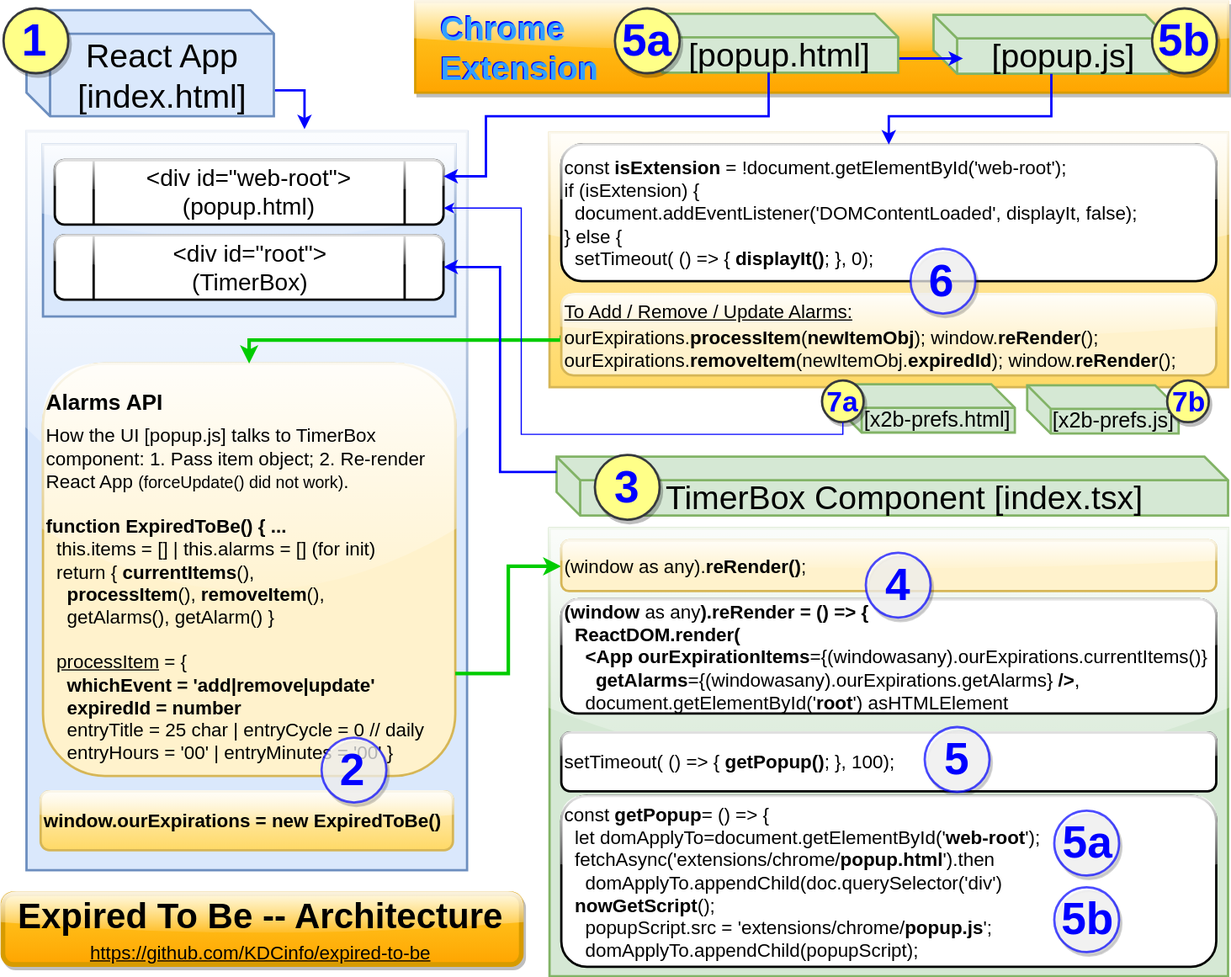
KDCinfo/expired-to-be keeps this draw.io diagram as public/x2b/expired-to-be_page-load_07.svg. Above is the earlier version. Source tidied: cells renumbered, new cells last; positions are measured from the earlier drawing's top-left corner, leaving out a move shared by most shapes.
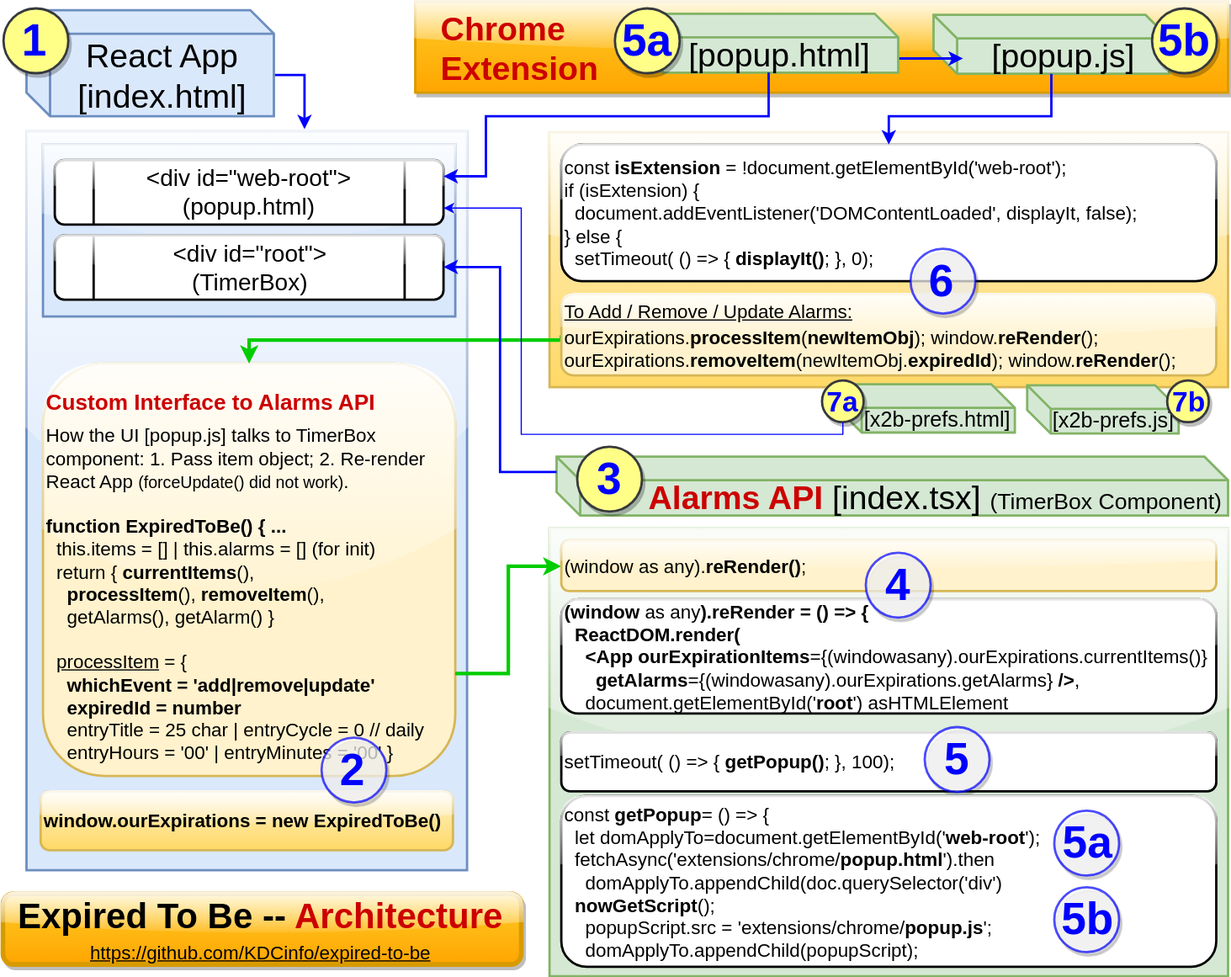
Later version of the same file.

Commit message:
Fixed Readme paths to SVG diagrams. Updated X2B Architecture diagram.

Change to the diagram source:
```diff
@@ -14,13 +14,13 @@
     <mxCell id="5" style="rounded=0;whiteSpace=wrap;html=1;shadow=0;glass=1;comic=0;labelBackgroundColor=none;strokeColor=#d6b656;strokeWidth=2;fillColor=#fff2cc;fontSize=16;align=left;gradientColor=#ffd966;" parent="1" vertex="1">
       <mxGeometry x="464" y="111" width="576" height="216" as="geometry" />
     </mxCell>
-    <mxCell id="6" style="edgeStyle=orthogonalEdgeStyle;rounded=0;html=1;exitX=1;exitY=0.75;entryX=0.631;entryY=-0.003;entryPerimeter=0;jettySize=auto;strokeColor=#0000FF;strokeWidth=2;fontSize=12;fontColor=#CCCCCC;" parent="1" edge="1" source="7" target="3">
+    <mxCell id="6" style="edgeStyle=orthogonalEdgeStyle;rounded=0;html=1;exitX=1;exitY=0.611;entryX=0.631;entryY=-0.003;entryPerimeter=0;jettySize=auto;strokeColor=#0000FF;strokeWidth=2;fontSize=12;fontColor=#CCCCCC;exitPerimeter=0;" parent="1" edge="1" source="7" target="3">
       <mxGeometry relative="1" as="geometry" />
     </mxCell>
     <mxCell id="7" value="React App&lt;br&gt;[index.html]" style="shape=cube;whiteSpace=wrap;html=1;boundedLbl=1;rounded=1;shadow=0;glass=1;comic=0;labelBackgroundColor=none;strokeColor=#6c8ebf;strokeWidth=2;fillColor=#dae8fc;fontSize=28;align=center;" parent="1" vertex="1">
       <mxGeometry x="20" y="7" width="210" height="90" as="geometry" />
     </mxCell>
-    <mxCell id="8" value="TimerBox Component [index.tsx]" style="shape=cube;whiteSpace=wrap;html=1;boundedLbl=1;rounded=1;shadow=0;glass=1;comic=0;labelBackgroundColor=none;strokeColor=#82b366;strokeWidth=2;fillColor=#d5e8d4;fontSize=28;align=center;" parent="1" vertex="1">
+    <mxCell id="8" value="&lt;div style=&quot;text-align: right&quot;&gt;&amp;nbsp; &amp;nbsp; &amp;nbsp; &amp;nbsp;&lt;b&gt;&lt;font color=&quot;#cc0000&quot;&gt;Alarms API&lt;/font&gt;&lt;/b&gt; [index.tsx] &lt;font style=&quot;font-size: 19px&quot;&gt;(TimerBox Component)&lt;/font&gt;&lt;/div&gt;" style="shape=cube;whiteSpace=wrap;html=1;boundedLbl=1;rounded=1;shadow=0;glass=1;comic=0;labelBackgroundColor=none;strokeColor=#82b366;strokeWidth=2;fillColor=#d5e8d4;fontSize=28;align=center;" parent="1" vertex="1">
       <mxGeometry x="470" y="386" width="570" height="50" as="geometry" />
     </mxCell>
     <mxCell id="9" value="[popup.js]" style="shape=cube;whiteSpace=wrap;html=1;boundedLbl=1;rounded=1;shadow=0;glass=1;comic=0;labelBackgroundColor=none;strokeColor=#82b366;strokeWidth=2;fillColor=#d5e8d4;fontSize=28;align=center;" parent="1" vertex="1">
@@ -32,7 +32,7 @@
     <mxCell id="11" value="[popup.html]" style="shape=cube;whiteSpace=wrap;html=1;boundedLbl=1;rounded=1;shadow=0;glass=1;comic=0;labelBackgroundColor=none;strokeColor=#82b366;strokeWidth=2;fillColor=#d5e8d4;fontSize=28;align=center;" parent="1" vertex="1">
       <mxGeometry x="540" y="10" width="220" height="50" as="geometry" />
     </mxCell>
-    <mxCell id="12" value="&lt;p style=&quot;line-height: 100%&quot;&gt;&lt;/p&gt;&lt;h3 style=&quot;line-height: 0%&quot;&gt;Alarms API&lt;/h3&gt;How the UI [popup.js] talks to TimerBox component: 1.&amp;nbsp;Pass item object; 2. Re-render React App &lt;font style=&quot;font-size: 14px&quot;&gt;(forceUpdate() did not work)&lt;/font&gt;.&lt;br&gt;&lt;br&gt;&lt;b&gt;function ExpiredToBe() { ...&lt;/b&gt;&lt;br style=&quot;font-size: 16px&quot;&gt;&amp;nbsp; this.items = [] | this.alarms = [] (for init)&lt;br style=&quot;font-size: 16px&quot;&gt;&amp;nbsp; return { &lt;b&gt;currentItems&lt;/b&gt;(),&lt;br&gt;&amp;nbsp; &amp;nbsp; &lt;b&gt;processItem&lt;/b&gt;(), &lt;b&gt;removeItem&lt;/b&gt;(),&lt;br&gt;&amp;nbsp; &amp;nbsp; getAlarms(), getAlarm() }&lt;br&gt;&lt;br&gt;&amp;nbsp;&amp;nbsp;&lt;u&gt;processItem&lt;/u&gt; = {&lt;br&gt;&lt;div&gt;&lt;b&gt;&amp;nbsp; &amp;nbsp; whichEvent = 'add|remove|update'&lt;/b&gt;&lt;/div&gt;&lt;div&gt;&lt;b&gt;&amp;nbsp; &amp;nbsp; expiredId = number&lt;/b&gt;&lt;/div&gt;&lt;div&gt;&amp;nbsp; &amp;nbsp; entryTitle = 25 char | entryCycle = 0 // daily&lt;/div&gt;&lt;div&gt;&amp;nbsp; &amp;nbsp; entryHours = '00' |&amp;nbsp;&lt;span&gt;entryMinutes = '00'&amp;nbsp;&lt;/span&gt;&lt;span&gt;}&lt;/span&gt;&lt;/div&gt;" style="rounded=1;whiteSpace=wrap;html=1;shadow=0;glass=1;comic=0;labelBackgroundColor=none;strokeColor=#d6b656;strokeWidth=2;fillColor=#fff2cc;fontSize=16;align=left;" parent="1" vertex="1">
+    <mxCell id="12" value="&lt;p style=&quot;line-height: 100%&quot;&gt;&lt;/p&gt;&lt;h3 style=&quot;line-height: 0%&quot;&gt;&lt;font color=&quot;#cc0000&quot;&gt;Custom Interface to Alarms API&lt;/font&gt;&lt;/h3&gt;How the UI [popup.js] talks to TimerBox component: 1.&amp;nbsp;Pass item object; 2. Re-render React App &lt;font style=&quot;font-size: 14px&quot;&gt;(forceUpdate() did not work)&lt;/font&gt;.&lt;br&gt;&lt;br&gt;&lt;b&gt;function ExpiredToBe() { ...&lt;/b&gt;&lt;br style=&quot;font-size: 16px&quot;&gt;&amp;nbsp; this.items = [] | this.alarms = [] (for init)&lt;br style=&quot;font-size: 16px&quot;&gt;&amp;nbsp; return { &lt;b&gt;currentItems&lt;/b&gt;(),&lt;br&gt;&amp;nbsp; &amp;nbsp; &lt;b&gt;processItem&lt;/b&gt;(), &lt;b&gt;removeItem&lt;/b&gt;(),&lt;br&gt;&amp;nbsp; &amp;nbsp; getAlarms(), getAlarm() }&lt;br&gt;&lt;br&gt;&amp;nbsp;&amp;nbsp;&lt;u&gt;processItem&lt;/u&gt; = {&lt;br&gt;&lt;div&gt;&lt;b&gt;&amp;nbsp; &amp;nbsp; whichEvent = 'add|remove|update'&lt;/b&gt;&lt;/div&gt;&lt;div&gt;&lt;b&gt;&amp;nbsp; &amp;nbsp; expiredId = number&lt;/b&gt;&lt;/div&gt;&lt;div&gt;&amp;nbsp; &amp;nbsp; entryTitle = 25 char | entryCycle = 0 // daily&lt;/div&gt;&lt;div&gt;&amp;nbsp; &amp;nbsp; entryHours = '00' |&amp;nbsp;&lt;span&gt;entryMinutes = '00'&amp;nbsp;&lt;/span&gt;&lt;span&gt;}&lt;/span&gt;&lt;/div&gt;" style="rounded=1;whiteSpace=wrap;html=1;shadow=0;glass=1;comic=0;labelBackgroundColor=none;strokeColor=#d6b656;strokeWidth=2;fillColor=#fff2cc;fontSize=16;align=left;" parent="1" vertex="1">
       <mxGeometry x="34" y="307" width="350" height="350" as="geometry" />
     </mxCell>
     <mxCell id="13" value="&lt;b&gt;window.ourExpirations = new ExpiredToBe()&lt;/b&gt;&lt;br style=&quot;font-size: 16px&quot;&gt;" style="rounded=1;whiteSpace=wrap;html=1;shadow=0;glass=1;comic=0;labelBackgroundColor=none;strokeColor=#d6b656;strokeWidth=2;fillColor=#fff2cc;fontSize=16;align=left;gradientColor=#ffd966;" parent="1" vertex="1">
@@ -90,18 +90,9 @@
         </Array>
       </mxGeometry>
     </mxCell>
-    <mxCell id="26" value="&lt;div style=&quot;text-align: left ; line-height: 30%&quot;&gt;&lt;div style=&quot;text-align: center&quot;&gt;&lt;span&gt;&lt;br&gt;&lt;/span&gt;&lt;/div&gt;&lt;div style=&quot;text-align: center&quot;&gt;&lt;span&gt;Expired To Be -- Architecture&lt;/span&gt;&lt;/div&gt;&lt;span style=&quot;line-height: 40%&quot;&gt;&lt;div style=&quot;text-align: center&quot;&gt;&lt;span style=&quot;font-weight: normal&quot;&gt;&lt;font style=&quot;font-size: 18px&quot;&gt;&lt;u style=&quot;line-height: 20%&quot;&gt;&lt;br&gt;&lt;/u&gt;&lt;/font&gt;&lt;/span&gt;&lt;/div&gt;&lt;div style=&quot;text-align: center&quot;&gt;&lt;span style=&quot;font-weight: normal&quot;&gt;&lt;font size=&quot;1&quot;&gt;&lt;u style=&quot;line-height: 0% ; font-size: 16px&quot;&gt;https://github.com/KDCinfo/expired-to-be&lt;/u&gt;&lt;/font&gt;&lt;/span&gt;&lt;/div&gt;&lt;/span&gt;&lt;/div&gt;" style="rounded=1;html=1;labelBackgroundColor=none;strokeColor=#d79b00;strokeWidth=4;fillColor=#ffcd28;fontSize=30;align=center;fontStyle=1;shadow=1;glass=1;comic=0;verticalAlign=middle;labelPosition=center;verticalLabelPosition=middle;spacing=2;perimeterSpacing=0;gradientColor=#ffa500;" parent="1" vertex="1">
+    <mxCell id="26" value="&lt;div style=&quot;text-align: left ; line-height: 30%&quot;&gt;&lt;div style=&quot;text-align: center&quot;&gt;&lt;span&gt;&lt;br&gt;&lt;/span&gt;&lt;/div&gt;&lt;div style=&quot;text-align: center&quot;&gt;Expired To Be -- &lt;font color=&quot;#cc0000&quot;&gt;Architecture&lt;/font&gt;&lt;/div&gt;&lt;span style=&quot;line-height: 40%&quot;&gt;&lt;div style=&quot;text-align: center&quot;&gt;&lt;span style=&quot;font-weight: normal&quot;&gt;&lt;font style=&quot;font-size: 18px&quot;&gt;&lt;u style=&quot;line-height: 20%&quot;&gt;&lt;br&gt;&lt;/u&gt;&lt;/font&gt;&lt;/span&gt;&lt;/div&gt;&lt;div style=&quot;text-align: center&quot;&gt;&lt;span style=&quot;font-weight: normal&quot;&gt;&lt;font size=&quot;1&quot;&gt;&lt;u style=&quot;line-height: 0% ; font-size: 16px&quot;&gt;https://github.com/KDCinfo/expired-to-be&lt;/u&gt;&lt;/font&gt;&lt;/span&gt;&lt;/div&gt;&lt;/span&gt;&lt;/div&gt;" style="rounded=1;html=1;labelBackgroundColor=none;strokeColor=#d79b00;strokeWidth=4;fillColor=#ffcd28;fontSize=30;align=center;fontStyle=1;shadow=1;glass=1;comic=0;verticalAlign=middle;labelPosition=center;verticalLabelPosition=middle;spacing=2;perimeterSpacing=0;gradientColor=#ffa500;" parent="1" vertex="1">
       <mxGeometry y="757" width="440" height="60" as="geometry" />
     </mxCell>
-    <mxCell id="27" style="group;" parent="1" vertex="1">
-      <mxGeometry x="369" y="10" width="151" height="57" as="geometry" />
-    </mxCell>
-    <mxCell id="28" value="&lt;span style=&quot;font-size: 28px;&quot;&gt;Chrome Extension&lt;/span&gt;" style="text;html=1;strokeColor=none;fillColor=none;align=left;verticalAlign=middle;rounded=0;shadow=1;glass=1;comic=0;labelBackgroundColor=none;fontSize=28;fontColor=#0000FF;fontStyle=1;whiteSpace=wrap;labelBorderColor=none;" parent="27" vertex="1">
-      <mxGeometry width="150" height="56" as="geometry" />
-    </mxCell>
-    <mxCell id="29" value="&lt;span style=&quot;font-size: 28px;&quot;&gt;Chrome Extension&lt;/span&gt;" style="text;html=1;strokeColor=none;fillColor=none;align=left;verticalAlign=middle;rounded=0;shadow=1;glass=1;comic=0;labelBackgroundColor=none;fontSize=28;fontColor=#32a0ff;fontStyle=1;whiteSpace=wrap;labelBorderColor=none;" parent="27" vertex="1">
-      <mxGeometry x="1" y="1" width="150" height="56" as="geometry" />
-    </mxCell>
     <mxCell id="30" value="1" style="ellipse;whiteSpace=wrap;html=1;rounded=0;shadow=1;glass=1;comic=0;labelBackgroundColor=none;strokeColor=#36393d;strokeWidth=2;fillColor=#ffff88;fontSize=38;fontColor=#0000FF;align=center;fontStyle=1;" parent="1" vertex="1">
       <mxGeometry y="5" width="55" height="55" as="geometry" />
     </mxCell>
@@ -109,7 +100,7 @@
       <mxGeometry x="270" y="624" width="55" height="55" as="geometry" />
     </mxCell>
     <mxCell id="32" value="3" style="ellipse;whiteSpace=wrap;html=1;rounded=0;shadow=1;glass=1;comic=0;labelBackgroundColor=none;strokeColor=#36393d;strokeWidth=2;fillColor=#ffff88;fontSize=38;fontColor=#0000FF;align=center;fontStyle=1;" parent="1" vertex="1">
-      <mxGeometry x="502.5" y="384" width="55" height="55" as="geometry" />
+      <mxGeometry x="487.5" y="377" width="55" height="55" as="geometry" />
     </mxCell>
     <mxCell id="33" value="5a" style="ellipse;whiteSpace=wrap;html=1;rounded=0;shadow=1;glass=1;comic=0;labelBackgroundColor=none;strokeColor=#36393d;strokeWidth=2;fillColor=#ffff88;fontSize=38;fontColor=#0000FF;align=center;fontStyle=1;" parent="1" vertex="1">
       <mxGeometry x="519" y="5" width="55" height="55" as="geometry" />
@@ -171,5 +162,8 @@
         </Array>
       </mxGeometry>
     </mxCell>
+    <mxCell id="29" value="&lt;span style=&quot;font-size: 28px;&quot;&gt;Chrome Extension&lt;/span&gt;" style="text;html=1;strokeColor=none;fillColor=none;align=left;verticalAlign=middle;rounded=0;shadow=1;glass=1;comic=0;labelBackgroundColor=none;fontSize=28;fontColor=#CC0000;fontStyle=1;whiteSpace=wrap;labelBorderColor=none;" parent="1" vertex="1">
+      <mxGeometry x="370" y="11" width="150" height="56" as="geometry" />
+    </mxCell>
   </root>
 </mxGraphModel>
```
